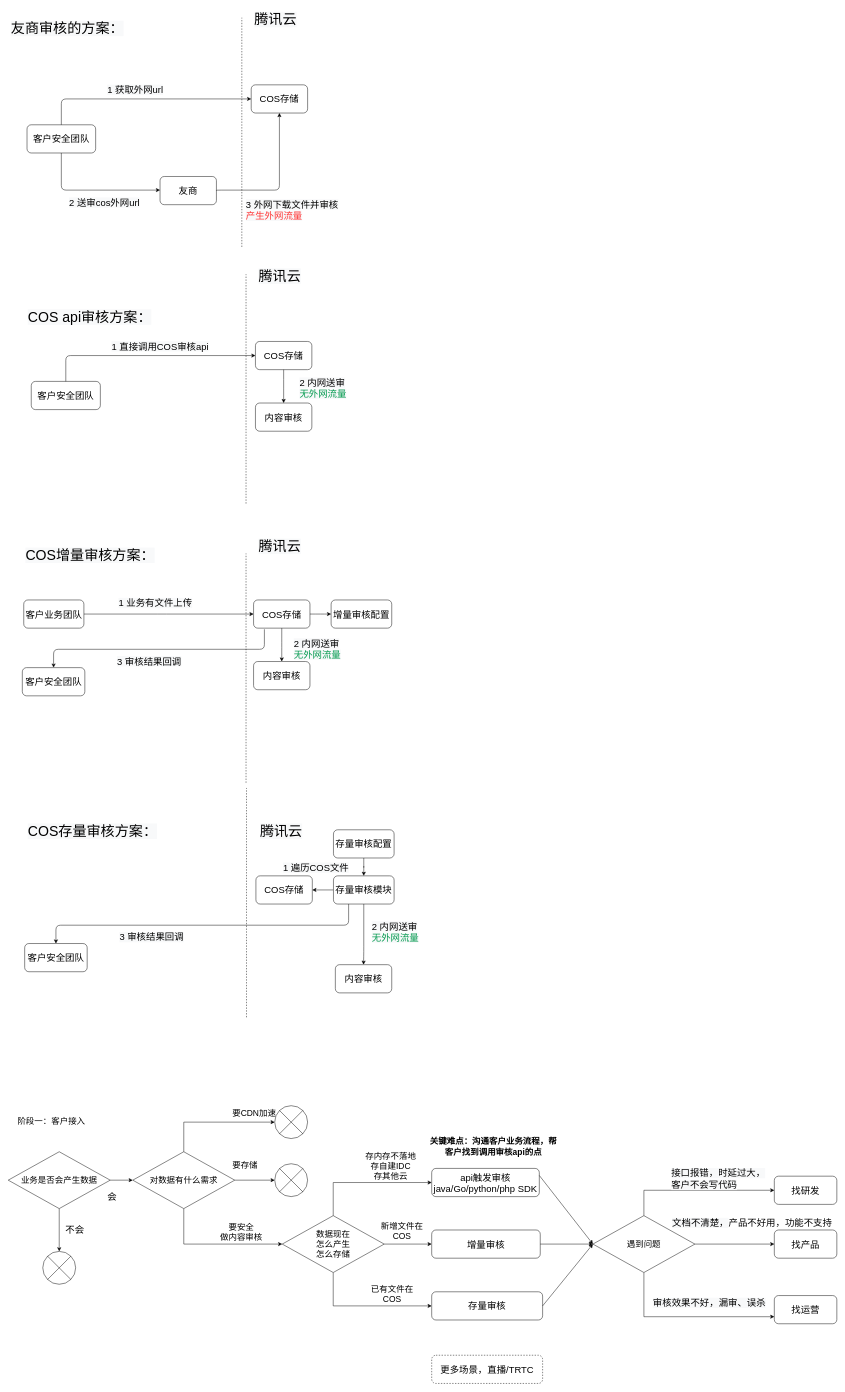
Above: page "通用审核流程图" (1 of 7) of CI.drawio in wangnan8791/document (draw.io), before the change. Source tidied: cells renumbered, new cells numbered last; positions are measured from the earlier drawing's top-left corner, leaving out a move shared by most shapes. Both pictures are drawn from the tidied source at 47%, with x=0, y=0 at pixel (8, 8).
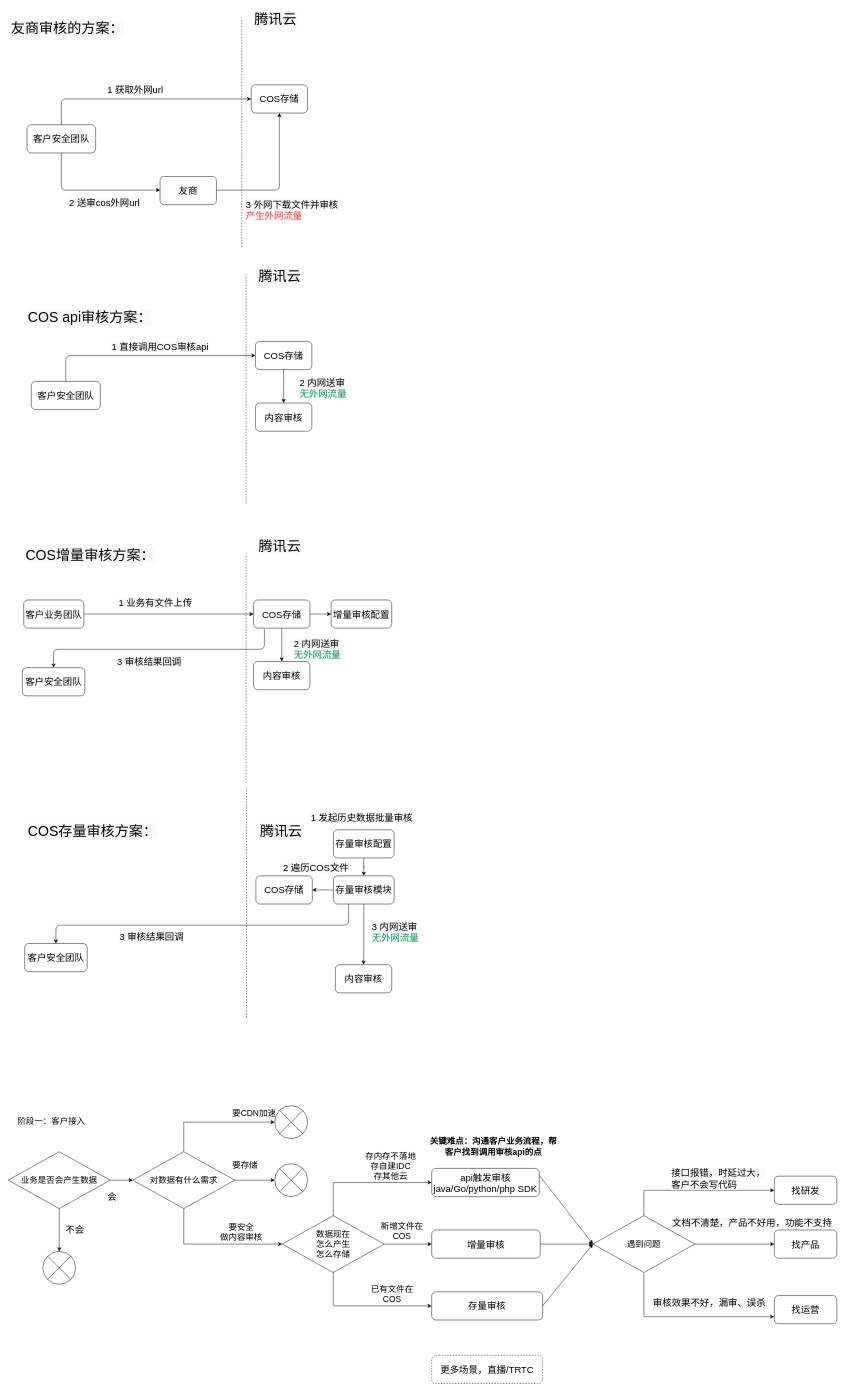
The same diagram, later.

The edit, as a diff of the source:
```diff
@@
-    <mxCell id="45" value="&lt;span style=&quot;color: rgb(0 , 0 , 0) ; font-family: &amp;#34;helvetica&amp;#34; ; font-size: 20px ; font-style: normal ; font-weight: 400 ; letter-spacing: normal ; text-align: center ; text-indent: 0px ; text-transform: none ; word-spacing: 0px ; background-color: rgb(248 , 249 , 250) ; display: inline ; float: none&quot;&gt;2 内网送审&lt;br&gt;&lt;span style=&quot;color: rgb(0 , 153 , 77)&quot;&gt;无外网流量&lt;/span&gt;&lt;br&gt;&lt;/span&gt;" style="text;whiteSpace=wrap;html=1;fontSize=20;" parent="1" vertex="1">
+    <mxCell id="45" value="&lt;span style=&quot;color: rgb(0 , 0 , 0) ; font-family: &amp;#34;helvetica&amp;#34; ; font-size: 20px ; font-style: normal ; font-weight: 400 ; letter-spacing: normal ; text-align: center ; text-indent: 0px ; text-transform: none ; word-spacing: 0px ; background-color: rgb(248 , 249 , 250) ; display: inline ; float: none&quot;&gt;3 内网送审&lt;br&gt;&lt;span style=&quot;color: rgb(0 , 153 , 77)&quot;&gt;无外网流量&lt;/span&gt;&lt;br&gt;&lt;/span&gt;" style="text;whiteSpace=wrap;html=1;fontSize=20;" parent="1" vertex="1">
       <mxGeometry x="772" y="1935" width="109" height="59" as="geometry" />
     </mxCell>
@@
-    <mxCell id="51" value="&lt;span style=&quot;color: rgb(0 , 0 , 0) ; font-family: &amp;#34;helvetica&amp;#34; ; font-size: 20px ; font-style: normal ; font-weight: 400 ; letter-spacing: normal ; text-align: center ; text-indent: 0px ; text-transform: none ; word-spacing: 0px ; background-color: rgb(248 , 249 , 250) ; display: inline ; float: none&quot;&gt;1 遍历COS文件&lt;/span&gt;" style="text;whiteSpace=wrap;html=1;" parent="1" vertex="1">
+    <mxCell id="51" value="&lt;span style=&quot;color: rgb(0 , 0 , 0) ; font-family: &amp;#34;helvetica&amp;#34; ; font-size: 20px ; font-style: normal ; font-weight: 400 ; letter-spacing: normal ; text-align: center ; text-indent: 0px ; text-transform: none ; word-spacing: 0px ; background-color: rgb(248 , 249 , 250) ; display: inline ; float: none&quot;&gt;2 遍历COS文件&lt;/span&gt;" style="text;whiteSpace=wrap;html=1;" parent="1" vertex="1">
       <mxGeometry x="583" y="1810" width="157" height="31" as="geometry" />
     </mxCell>
@@
+    <mxCell id="95" value="&lt;span style=&quot;color: rgb(0 , 0 , 0) ; font-family: &amp;#34;helvetica&amp;#34; ; font-size: 20px ; font-style: normal ; font-weight: 400 ; letter-spacing: normal ; text-align: center ; text-indent: 0px ; text-transform: none ; word-spacing: 0px ; background-color: rgb(248 , 249 , 250) ; display: inline ; float: none&quot;&gt;1 发起历史数据批量审核&lt;/span&gt;" style="text;whiteSpace=wrap;html=1;" parent="1" vertex="1">
+      <mxGeometry x="642" y="1704" width="233" height="31" as="geometry" />
+    </mxCell>
```
